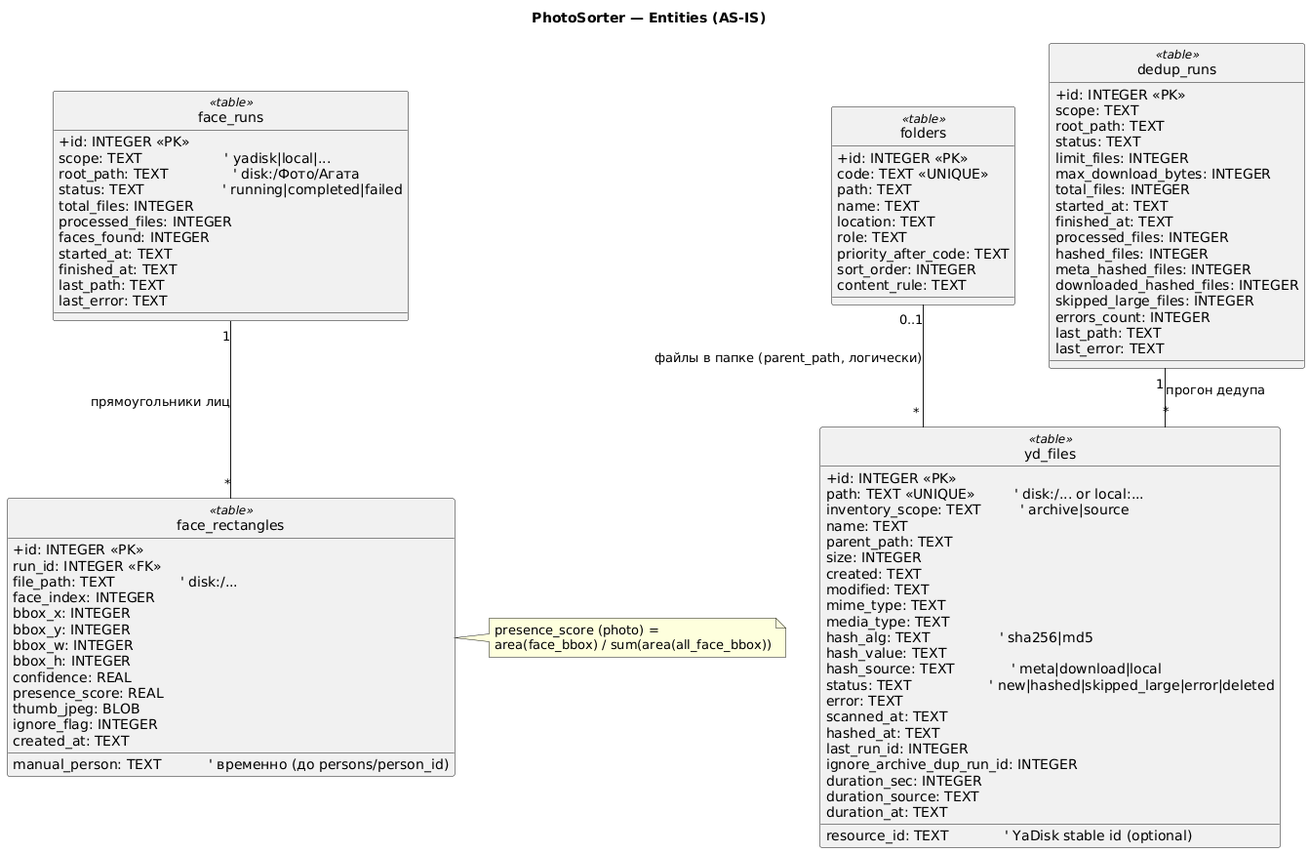
mzaborov/PhotoSorter keeps this PlantUML diagram as docs/diagrams/entities_as_is.png. Above is the earlier version.
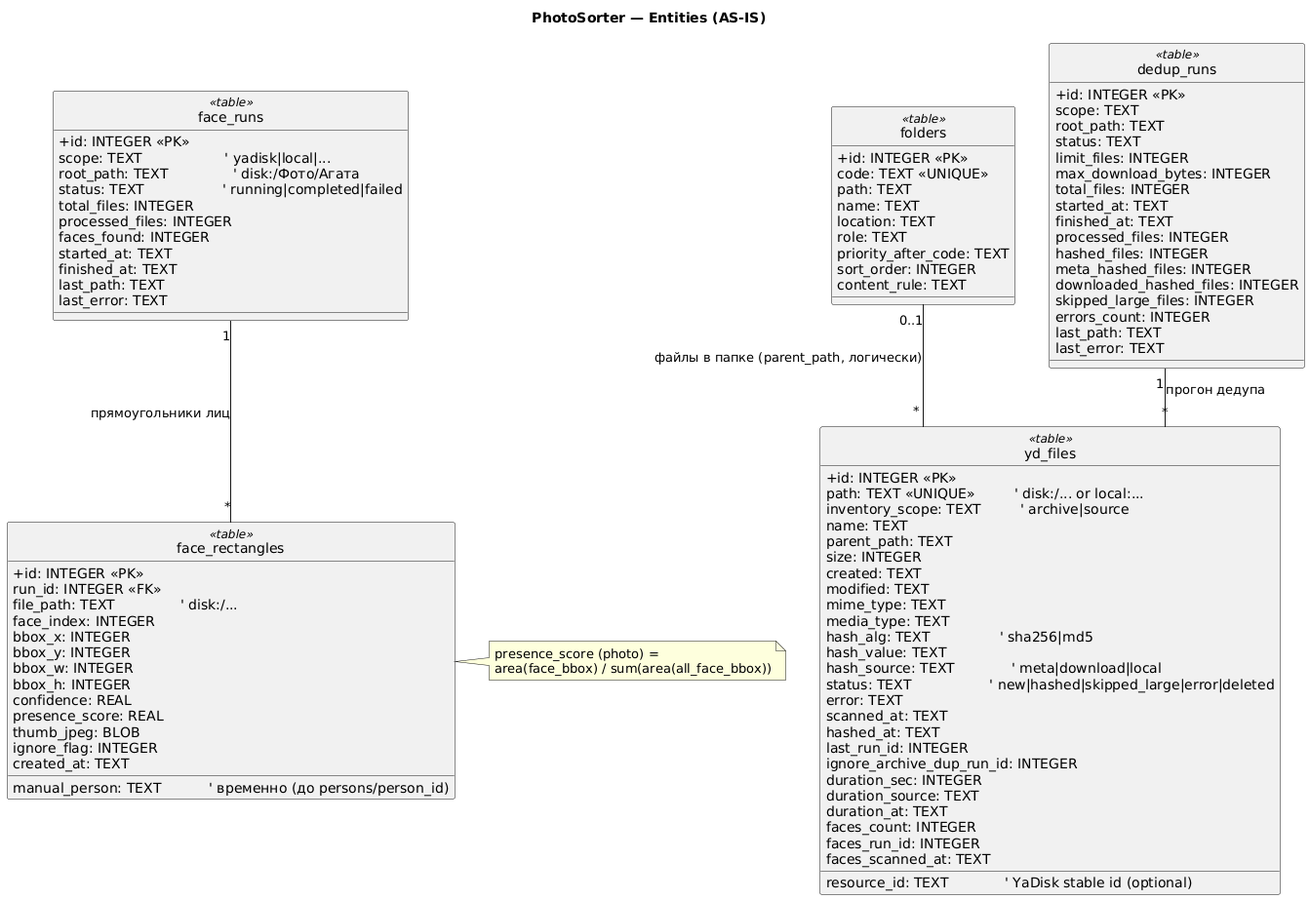
Later version of the same file.

Diff of the diagram source:
```diff
@@ -61,6 +61,9 @@
   duration_sec: INTEGER
   duration_source: TEXT
   duration_at: TEXT
+  faces_count: INTEGER
+  faces_run_id: INTEGER
+  faces_scanned_at: TEXT
 }
 
 folders "0..1" -- "*" yd_files : файлы в папке (parent_path, логически)
```
